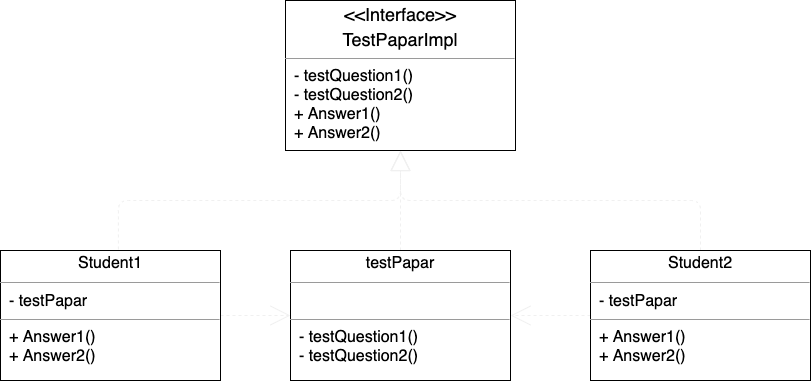
boilingfrog/design-pattern-learning keeps this draw.io diagram as img/pattern-template.png. Above is the earlier version. Source tidied: cells renumbered, new cells last; positions are measured from the earlier drawing's top-left corner, leaving out a move shared by most shapes.
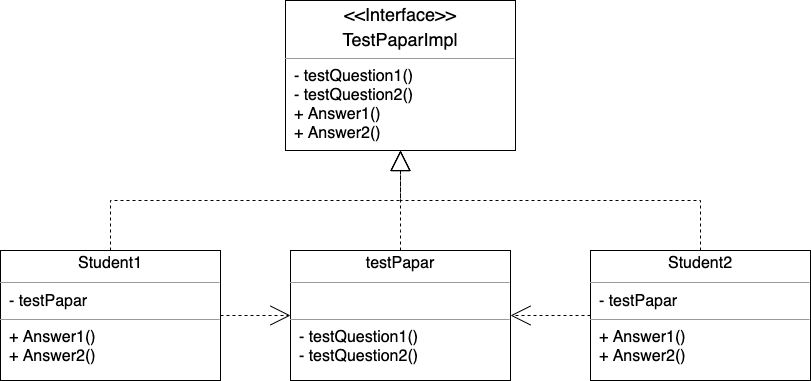
The same diagram one commit later.

Commit message:
模板方法模式

Change to the diagram source:
```diff
@@ -5,33 +5,57 @@
     <mxCell id="2" value="&lt;p style=&quot;margin: 4px 0px 0px ; text-align: center ; font-size: 18px&quot;&gt;&amp;lt;&amp;lt;Interface&amp;gt;&amp;gt;&lt;/p&gt;&lt;p style=&quot;margin: 4px 0px 0px ; text-align: center ; font-size: 18px&quot;&gt;TestPaparImpl&lt;/p&gt;&lt;hr size=&quot;1&quot; style=&quot;font-size: 16px&quot;&gt;&lt;span style=&quot;font-size: 16px&quot;&gt;&amp;nbsp; - testQuestion1()&lt;br&gt;&lt;/span&gt;&lt;span style=&quot;font-size: 16px&quot;&gt;&amp;nbsp; - testQuestion2()&lt;/span&gt;&lt;span style=&quot;font-size: 16px&quot;&gt;&lt;br&gt;&lt;/span&gt;&lt;span style=&quot;font-size: 16px&quot;&gt;&amp;nbsp; + Answer1()&lt;/span&gt;&lt;span style=&quot;font-size: 16px&quot;&gt;&lt;br&gt;&lt;/span&gt;&lt;span style=&quot;font-size: 16px&quot;&gt;&amp;nbsp; + Answer2()&lt;/span&gt;&lt;span style=&quot;font-size: 16px&quot;&gt;&lt;br&gt;&lt;/span&gt;" style="verticalAlign=top;align=left;overflow=fill;fontSize=12;fontFamily=Helvetica;html=1;" parent="1" vertex="1">
       <mxGeometry x="285" width="230" height="150" as="geometry" />
     </mxCell>
+    <mxCell id="5" value="&lt;p style=&quot;text-align: center ; margin: 4px 0px 0px&quot;&gt;&lt;span style=&quot;font-size: 16px&quot;&gt;Student1&lt;/span&gt;&lt;/p&gt;&lt;hr size=&quot;1&quot; style=&quot;font-size: 18px&quot;&gt;&lt;p style=&quot;margin: 0px 0px 0px 4px ; font-size: 16px&quot;&gt;&lt;/p&gt;&lt;span style=&quot;font-size: 16px ; text-align: center&quot;&gt;&amp;nbsp; - testPapar&lt;/span&gt;&lt;hr size=&quot;1&quot; style=&quot;font-size: 16px&quot;&gt;&lt;span style=&quot;font-size: 16px&quot;&gt;&amp;nbsp;&amp;nbsp;&lt;/span&gt;&lt;span style=&quot;font-size: 16px&quot;&gt;+ Answer1()&lt;/span&gt;&lt;span style=&quot;font-size: 16px&quot;&gt;&lt;br&gt;&lt;/span&gt;&lt;span style=&quot;font-size: 16px&quot;&gt;&amp;nbsp; + Answer2()&lt;/span&gt;&lt;span style=&quot;font-size: 16px&quot;&gt;&lt;br&gt;&lt;/span&gt;&lt;span style=&quot;font-size: 16px&quot;&gt;&lt;br&gt;&lt;/span&gt;" style="verticalAlign=top;align=left;overflow=fill;fontSize=12;fontFamily=Helvetica;html=1;" parent="1" vertex="1">
+      <mxGeometry y="250" width="220" height="130" as="geometry" />
+    </mxCell>
+    <mxCell id="7" value="&lt;p style=&quot;text-align: center ; margin: 4px 0px 0px&quot;&gt;&lt;span style=&quot;font-size: 16px&quot;&gt;testPapar&lt;/span&gt;&lt;/p&gt;&lt;hr size=&quot;1&quot; style=&quot;font-size: 18px&quot;&gt;&lt;p style=&quot;margin: 0px 0px 0px 4px ; font-size: 16px&quot;&gt;&lt;span&gt;&amp;nbsp;&lt;/span&gt;&lt;br&gt;&lt;/p&gt;&lt;hr size=&quot;1&quot; style=&quot;font-size: 16px&quot;&gt;&lt;span style=&quot;font-size: 16px&quot;&gt;&amp;nbsp; -&lt;/span&gt;&lt;span style=&quot;font-size: 16px&quot;&gt;&amp;nbsp;testQuestion1()&lt;br&gt;&lt;/span&gt;&lt;span style=&quot;font-size: 16px&quot;&gt;&amp;nbsp; - testQuestion2()&lt;/span&gt;&lt;span style=&quot;font-size: 16px&quot;&gt;&lt;br&gt;&lt;/span&gt;&lt;span style=&quot;font-size: 16px&quot;&gt;&lt;br&gt;&lt;/span&gt;" style="verticalAlign=top;align=left;overflow=fill;fontSize=12;fontFamily=Helvetica;html=1;" parent="1" vertex="1">
+      <mxGeometry x="290" y="250" width="220" height="130" as="geometry" />
+    </mxCell>
+    <mxCell id="10" value="&lt;p style=&quot;text-align: center ; margin: 4px 0px 0px&quot;&gt;&lt;span style=&quot;font-size: 16px&quot;&gt;Student2&lt;/span&gt;&lt;/p&gt;&lt;hr size=&quot;1&quot; style=&quot;font-size: 18px&quot;&gt;&lt;p style=&quot;margin: 0px 0px 0px 4px ; font-size: 16px&quot;&gt;&lt;/p&gt;&lt;span style=&quot;font-size: 16px ; text-align: center&quot;&gt;&amp;nbsp; - testPapar&lt;/span&gt;&lt;hr size=&quot;1&quot; style=&quot;font-size: 16px&quot;&gt;&lt;span style=&quot;font-size: 16px&quot;&gt;&amp;nbsp;&amp;nbsp;&lt;/span&gt;&lt;span style=&quot;font-size: 16px&quot;&gt;+ Answer1()&lt;/span&gt;&lt;span style=&quot;font-size: 16px&quot;&gt;&lt;br&gt;&lt;/span&gt;&lt;span style=&quot;font-size: 16px&quot;&gt;&amp;nbsp; + Answer2()&lt;/span&gt;&lt;span style=&quot;font-size: 16px&quot;&gt;&lt;br&gt;&lt;/span&gt;&lt;span style=&quot;font-size: 16px&quot;&gt;&lt;br&gt;&lt;/span&gt;" style="verticalAlign=top;align=left;overflow=fill;fontSize=12;fontFamily=Helvetica;html=1;" parent="1" vertex="1">
+      <mxGeometry x="590" y="250" width="220" height="130" as="geometry" />
+    </mxCell>
-    <mxCell id="3" style="edgeStyle=orthogonalEdgeStyle;rounded=1;jumpStyle=none;html=1;startArrow=none;startFill=0;strokeColor=#f0f0f0;exitX=0.536;exitY=-0.008;exitDx=0;exitDy=0;exitPerimeter=0;endArrow=block;endFill=0;dashed=1;endSize=18;shadow=0;" parent="1" edge="1" source="5" target="2">
-      <mxGeometry relative="1" as="geometry" />
+    <mxCell id="3" style="edgeStyle=orthogonalEdgeStyle;rounded=0;jumpSize=0;jettySize=auto;html=1;entryX=0.5;entryY=1;entryDx=0;entryDy=0;dashed=1;startArrow=none;startFill=0;endArrow=block;endFill=0;startSize=18;endSize=18;sourcePerimeterSpacing=18;targetPerimeterSpacing=18;strokeWidth=1;exitX=0.5;exitY=0;exitDx=0;exitDy=0;" parent="1" edge="1" source="5" target="2">
+      <mxGeometry relative="1" as="geometry">
+        <Array as="points">
+          <mxPoint x="110" y="200" />
+          <mxPoint x="400" y="200" />
+        </Array>
+      </mxGeometry>
     </mxCell>
+    <mxCell id="11" style="edgeStyle=orthogonalEdgeStyle;rounded=0;jumpSize=0;orthogonalLoop=1;jettySize=auto;html=1;dashed=1;startArrow=none;startFill=0;endArrow=block;endFill=0;startSize=18;endSize=18;sourcePerimeterSpacing=18;targetPerimeterSpacing=18;strokeWidth=1;exitX=0.5;exitY=0;exitDx=0;exitDy=0;" parent="1" edge="1">
+      <mxGeometry relative="1" as="geometry">
+        <mxPoint x="700" y="250" as="sourcePoint" />
+        <mxPoint x="400" y="150" as="targetPoint" />
+        <Array as="points">
+          <mxPoint x="700" y="200" />
+          <mxPoint x="400" y="200" />
+        </Array>
+      </mxGeometry>
+    </mxCell>
+    <mxCell id="12" style="edgeStyle=orthogonalEdgeStyle;rounded=0;jumpSize=0;jettySize=auto;html=1;dashed=1;startArrow=none;startFill=0;endArrow=block;endFill=0;startSize=18;endSize=18;sourcePerimeterSpacing=18;targetPerimeterSpacing=18;strokeWidth=1;exitX=0.5;exitY=0;exitDx=0;exitDy=0;" parent="1" edge="1" source="7">
+      <mxGeometry relative="1" as="geometry">
+        <mxPoint x="400" y="150" as="targetPoint" />
+        <Array as="points">
+          <mxPoint x="400" y="230" />
+          <mxPoint x="400" y="230" />
+        </Array>
+      </mxGeometry>
+    </mxCell>
-    <mxCell id="4" style="edgeStyle=orthogonalEdgeStyle;rounded=0;jumpStyle=none;html=1;dashed=1;startArrow=none;startFill=0;endArrow=open;endFill=0;endSize=18;strokeColor=#f0f0f0;" parent="1" edge="1" source="5" target="7">
-      <mxGeometry relative="1" as="geometry" />
+    <mxCell id="4" style="edgeStyle=orthogonalEdgeStyle;rounded=0;jumpSize=0;jettySize=auto;html=1;dashed=1;startArrow=none;startFill=0;endArrow=open;endFill=0;startSize=18;endSize=18;sourcePerimeterSpacing=18;targetPerimeterSpacing=18;strokeWidth=1;exitX=1;exitY=0.5;exitDx=0;exitDy=0;entryX=0;entryY=0.5;entryDx=0;entryDy=0;" parent="1" edge="1" source="5" target="7">
+      <mxGeometry relative="1" as="geometry">
+        <Array as="points">
+          <mxPoint x="260" y="315" />
+          <mxPoint x="260" y="315" />
+        </Array>
+      </mxGeometry>
     </mxCell>
-    <mxCell id="5" value="&lt;p style=&quot;text-align: center ; margin: 4px 0px 0px&quot;&gt;&lt;span style=&quot;font-size: 16px&quot;&gt;Student1&lt;/span&gt;&lt;/p&gt;&lt;hr size=&quot;1&quot; style=&quot;font-size: 18px&quot;&gt;&lt;p style=&quot;margin: 0px 0px 0px 4px ; font-size: 16px&quot;&gt;&lt;/p&gt;&lt;span style=&quot;font-size: 16px ; text-align: center&quot;&gt;&amp;nbsp; - testPapar&lt;/span&gt;&lt;hr size=&quot;1&quot; style=&quot;font-size: 16px&quot;&gt;&lt;span style=&quot;font-size: 16px&quot;&gt;&amp;nbsp;&amp;nbsp;&lt;/span&gt;&lt;span style=&quot;font-size: 16px&quot;&gt;+ Answer1()&lt;/span&gt;&lt;span style=&quot;font-size: 16px&quot;&gt;&lt;br&gt;&lt;/span&gt;&lt;span style=&quot;font-size: 16px&quot;&gt;&amp;nbsp; + Answer2()&lt;/span&gt;&lt;span style=&quot;font-size: 16px&quot;&gt;&lt;br&gt;&lt;/span&gt;&lt;span style=&quot;font-size: 16px&quot;&gt;&lt;br&gt;&lt;/span&gt;" style="verticalAlign=top;align=left;overflow=fill;fontSize=12;fontFamily=Helvetica;html=1;" parent="1" vertex="1">
-      <mxGeometry y="250" width="220" height="130" as="geometry" />
-    </mxCell>
-    <mxCell id="6" style="edgeStyle=orthogonalEdgeStyle;rounded=1;jumpStyle=none;html=1;dashed=1;startArrow=none;startFill=0;endArrow=block;endFill=0;endSize=18;strokeColor=#f0f0f0;" parent="1" edge="1" source="7">
-      <mxGeometry relative="1" as="geometry">
-        <mxPoint x="400" y="150" as="targetPoint" />
-      </mxGeometry>
-    </mxCell>
-    <mxCell id="7" value="&lt;p style=&quot;text-align: center ; margin: 4px 0px 0px&quot;&gt;&lt;span style=&quot;font-size: 16px&quot;&gt;testPapar&lt;/span&gt;&lt;/p&gt;&lt;hr size=&quot;1&quot; style=&quot;font-size: 18px&quot;&gt;&lt;p style=&quot;margin: 0px 0px 0px 4px ; font-size: 16px&quot;&gt;&lt;span&gt;&amp;nbsp;&lt;/span&gt;&lt;br&gt;&lt;/p&gt;&lt;hr size=&quot;1&quot; style=&quot;font-size: 16px&quot;&gt;&lt;span style=&quot;font-size: 16px&quot;&gt;&amp;nbsp; -&lt;/span&gt;&lt;span style=&quot;font-size: 16px&quot;&gt;&amp;nbsp;testQuestion1()&lt;br&gt;&lt;/span&gt;&lt;span style=&quot;font-size: 16px&quot;&gt;&amp;nbsp; - testQuestion2()&lt;/span&gt;&lt;span style=&quot;font-size: 16px&quot;&gt;&lt;br&gt;&lt;/span&gt;&lt;span style=&quot;font-size: 16px&quot;&gt;&lt;br&gt;&lt;/span&gt;" style="verticalAlign=top;align=left;overflow=fill;fontSize=12;fontFamily=Helvetica;html=1;" parent="1" vertex="1">
-      <mxGeometry x="290" y="250" width="220" height="130" as="geometry" />
-    </mxCell>
-    <mxCell id="8" style="edgeStyle=orthogonalEdgeStyle;rounded=1;jumpStyle=none;html=1;dashed=1;startArrow=none;startFill=0;endArrow=block;endFill=0;endSize=18;strokeColor=#f0f0f0;exitX=0.5;exitY=0;exitDx=0;exitDy=0;" parent="1" edge="1" source="10">
-      <mxGeometry relative="1" as="geometry">
-        <mxPoint x="400" y="150" as="targetPoint" />
-      </mxGeometry>
-    </mxCell>
-    <mxCell id="9" style="edgeStyle=orthogonalEdgeStyle;rounded=0;jumpStyle=none;html=1;entryX=1;entryY=0.5;entryDx=0;entryDy=0;dashed=1;startArrow=none;startFill=0;endArrow=open;endFill=0;endSize=18;strokeColor=#f0f0f0;" parent="1" edge="1" source="10" target="7">
-      <mxGeometry relative="1" as="geometry" />
+    <mxCell id="9" style="edgeStyle=orthogonalEdgeStyle;rounded=0;jumpSize=0;jettySize=auto;html=1;entryX=1;entryY=0.5;entryDx=0;entryDy=0;dashed=1;startArrow=none;startFill=0;endArrow=open;endFill=0;startSize=18;endSize=18;sourcePerimeterSpacing=18;targetPerimeterSpacing=18;strokeWidth=1;exitX=0;exitY=0.5;exitDx=0;exitDy=0;" parent="1" edge="1" source="10" target="7">
+      <mxGeometry relative="1" as="geometry">
+        <Array as="points">
+          <mxPoint x="550" y="315" />
+          <mxPoint x="550" y="315" />
+        </Array>
+      </mxGeometry>
     </mxCell>
-    <mxCell id="10" value="&lt;p style=&quot;text-align: center ; margin: 4px 0px 0px&quot;&gt;&lt;span style=&quot;font-size: 16px&quot;&gt;Student2&lt;/span&gt;&lt;/p&gt;&lt;hr size=&quot;1&quot; style=&quot;font-size: 18px&quot;&gt;&lt;p style=&quot;margin: 0px 0px 0px 4px ; font-size: 16px&quot;&gt;&lt;/p&gt;&lt;span style=&quot;font-size: 16px ; text-align: center&quot;&gt;&amp;nbsp; - testPapar&lt;/span&gt;&lt;hr size=&quot;1&quot; style=&quot;font-size: 16px&quot;&gt;&lt;span style=&quot;font-size: 16px&quot;&gt;&amp;nbsp;&amp;nbsp;&lt;/span&gt;&lt;span style=&quot;font-size: 16px&quot;&gt;+ Answer1()&lt;/span&gt;&lt;span style=&quot;font-size: 16px&quot;&gt;&lt;br&gt;&lt;/span&gt;&lt;span style=&quot;font-size: 16px&quot;&gt;&amp;nbsp; + Answer2()&lt;/span&gt;&lt;span style=&quot;font-size: 16px&quot;&gt;&lt;br&gt;&lt;/span&gt;&lt;span style=&quot;font-size: 16px&quot;&gt;&lt;br&gt;&lt;/span&gt;" style="verticalAlign=top;align=left;overflow=fill;fontSize=12;fontFamily=Helvetica;html=1;" parent="1" vertex="1">
-      <mxGeometry x="590" y="250" width="220" height="130" as="geometry" />
-    </mxCell>
   </root>
 </mxGraphModel>
```
